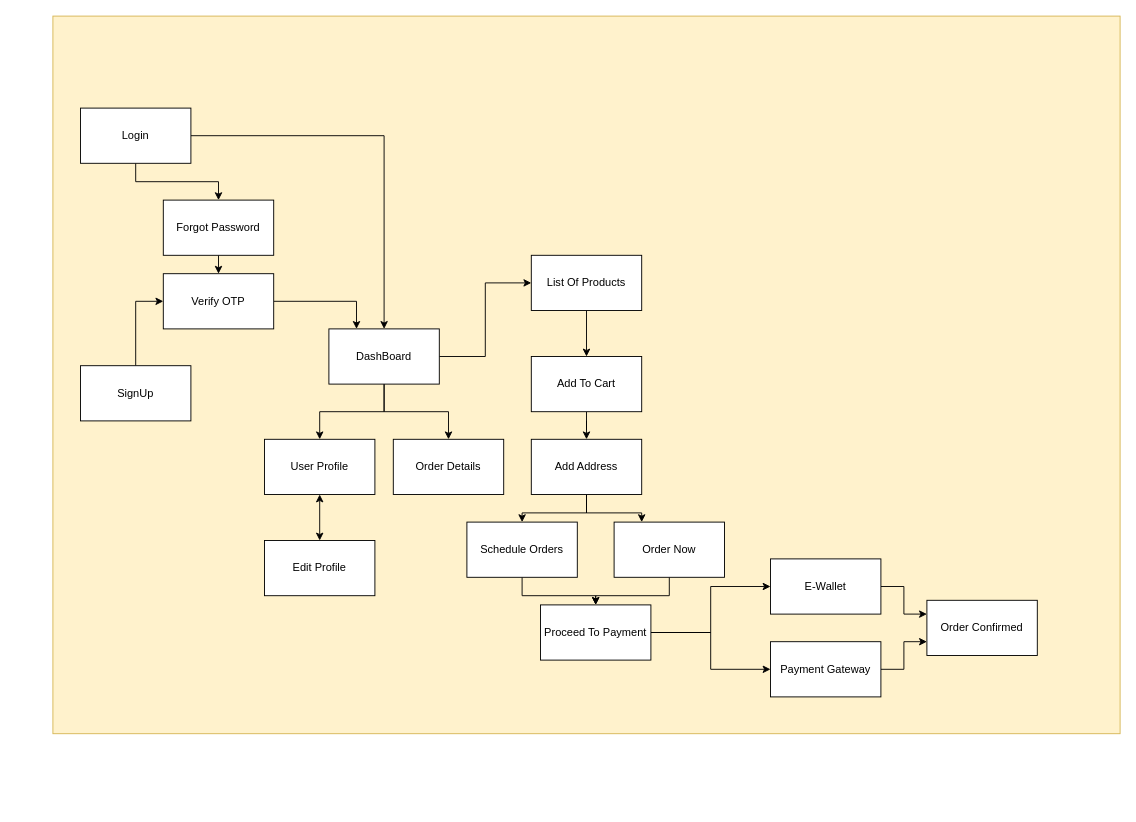
This is Untitled Diagram.drawio from dvickydh17/CV, a draw.io file, before an edit. Source tidied: cells renumbered, new cells numbered last; positions are measured from the earlier drawing's top-left corner, leaving out a move shared by most shapes. Both pictures are drawn from the tidied source at 92%, with x=0, y=0 at pixel (52, 16).
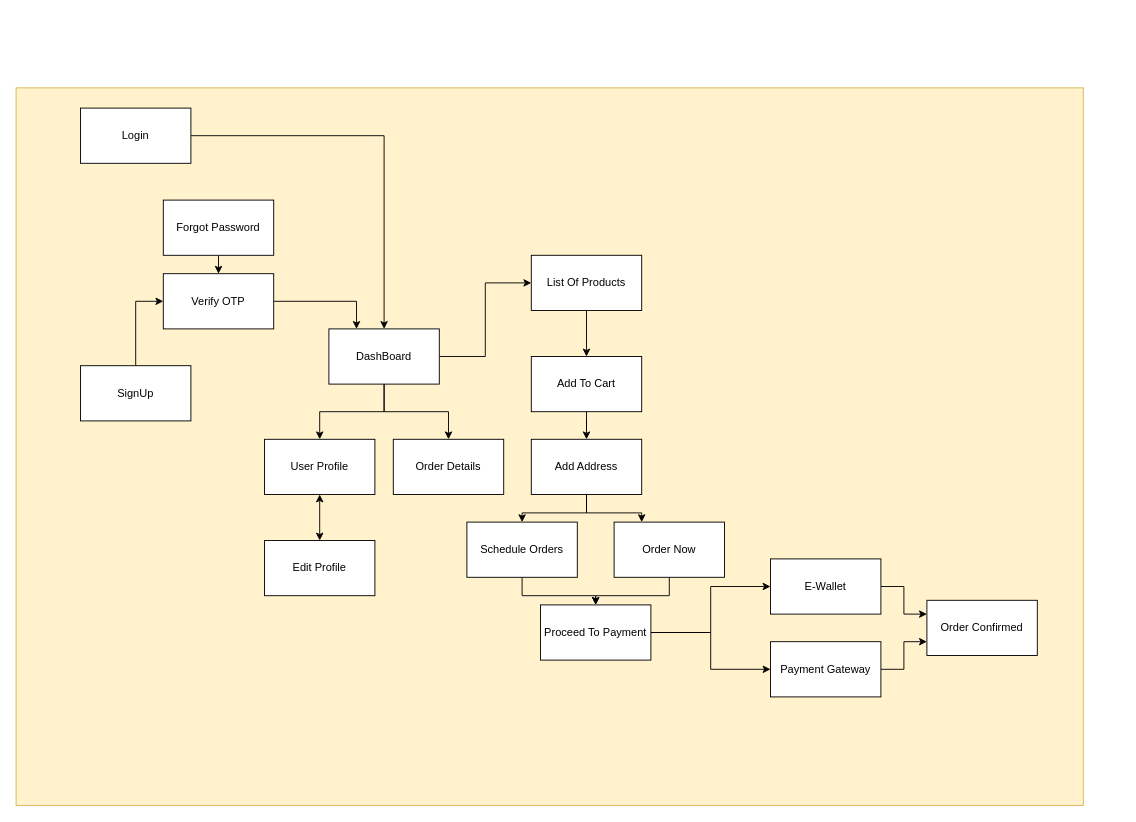
After the change.

The change refers to these unchanged cells:
```xml
<mxCell id="5" value="Login" style="rounded=0;whiteSpace=wrap;html=1;" parent="1" vertex="1">
  <mxGeometry x="30" y="100" width="120" height="60" as="geometry" />
</mxCell>
<mxCell id="9" value="Forgot Password" style="rounded=0;whiteSpace=wrap;html=1;" parent="1" vertex="1">
  <mxGeometry x="120" y="200" width="120" height="60" as="geometry" />
</mxCell>
```

What changed in the source:
```diff
@@
     <mxCell id="2" style="rounded=0;whiteSpace=wrap;html=1;fillColor=#fff2cc;strokeColor=#d6b656;" parent="1" vertex="1">
-      <mxGeometry width="1160" height="780" as="geometry" />
+      <mxGeometry x="-40" y="78" width="1160" height="780" as="geometry" />
     </mxCell>
-    <mxCell id="3" style="edgeStyle=orthogonalEdgeStyle;rounded=0;jettySize=auto;html=1;entryX=0.5;entryY=0;entryDx=0;entryDy=0;" parent="1" edge="1" source="5" target="9">
-      <mxGeometry relative="1" as="geometry" />
-    </mxCell>
```
